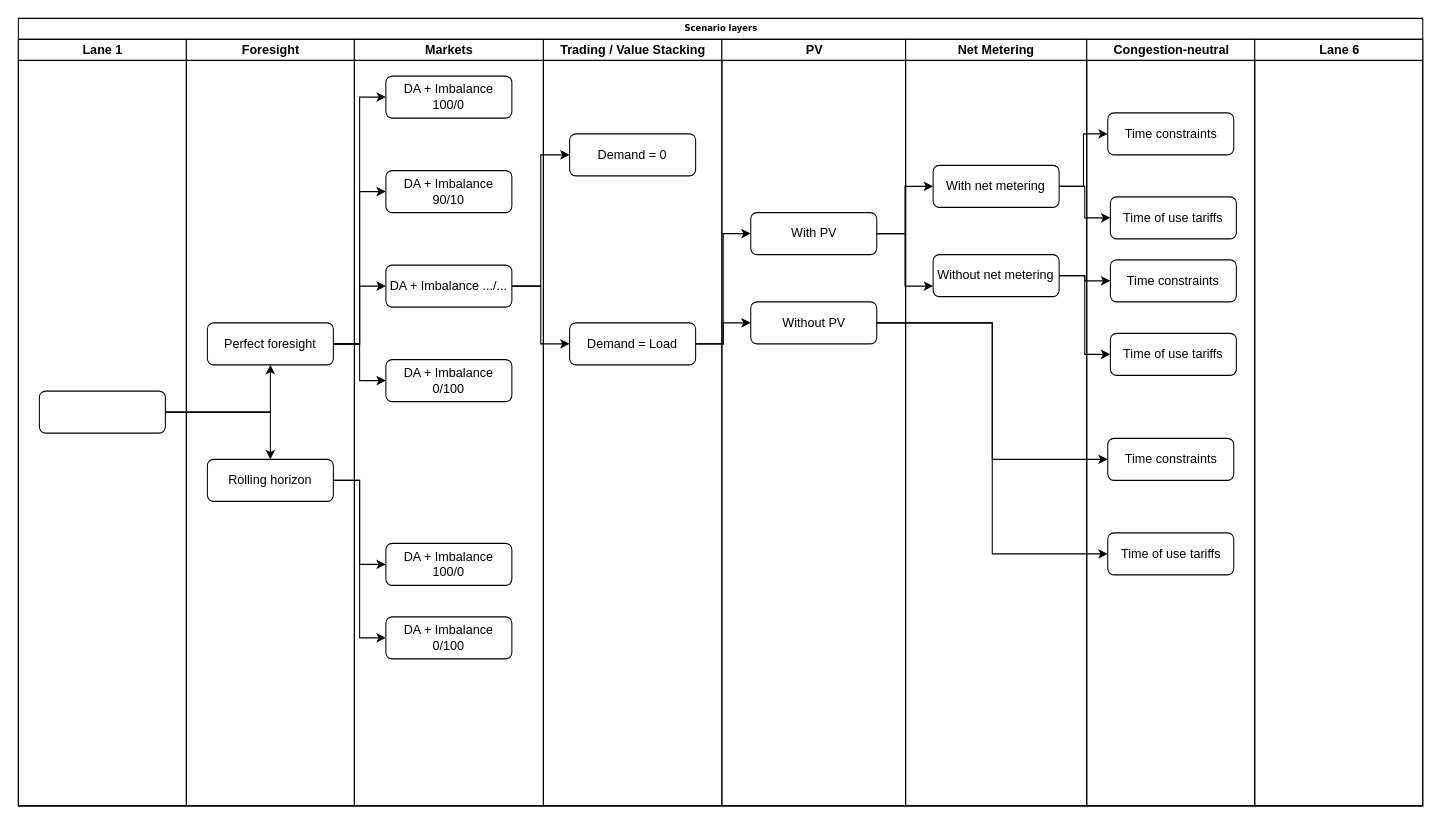
Earlier version of the draw.io diagram scenarios/Untitled Diagram.drawio (Tanneheemsbergen/pypsa-NL2025). Source tidied: cells renumbered, new cells numbered last; positions are measured from the earlier drawing's top-left corner, leaving out a move shared by most shapes. Both pictures are drawn from the tidied source at 105%, with x=0, y=0 at pixel (18, 18).
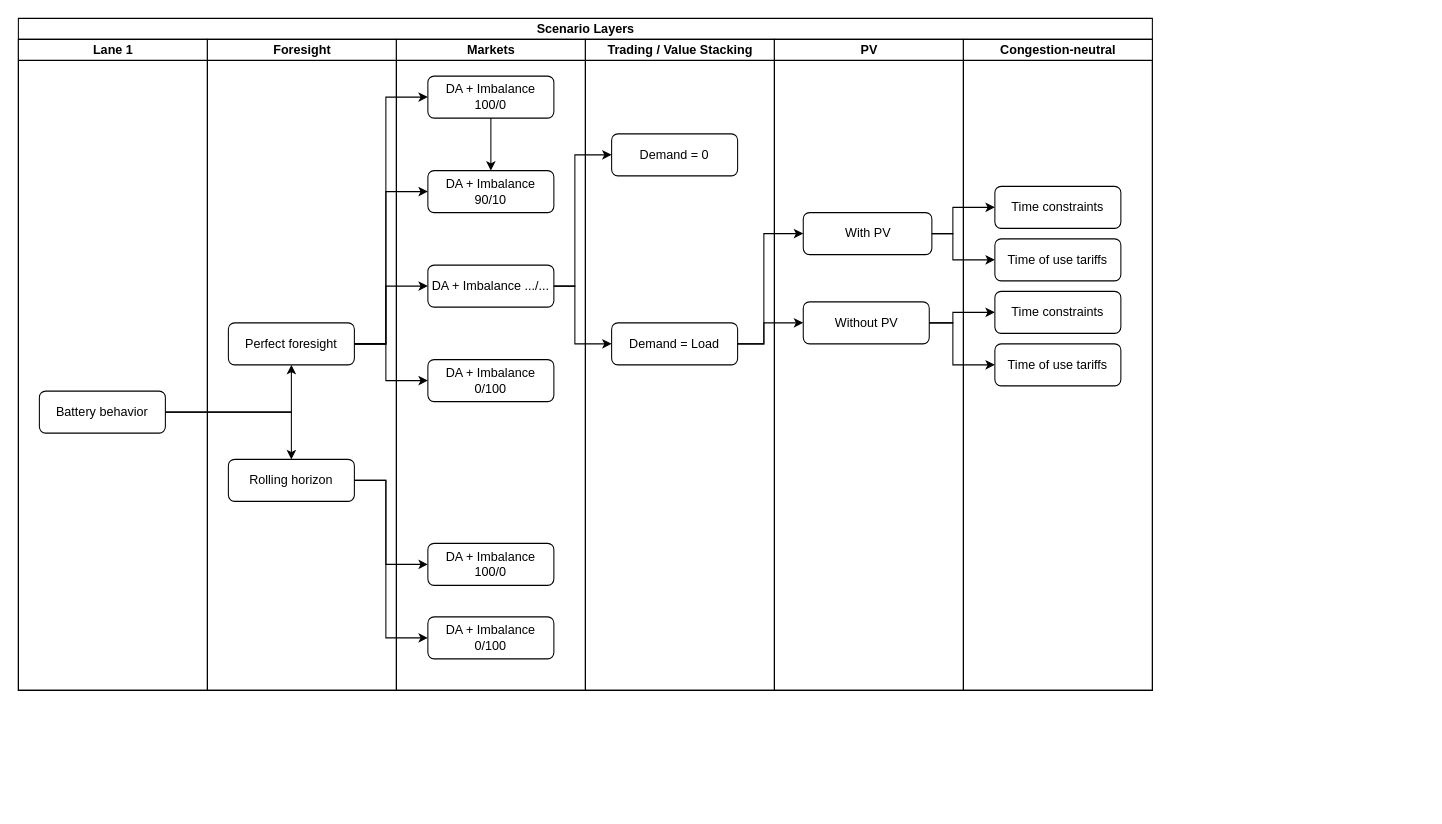
The same page after the edit.

The change refers to these unchanged cells:
```xml
<mxCell id="6" value="Perfect foresight" style="rounded=1;whiteSpace=wrap;html=1;" parent="5" vertex="1">
  <mxGeometry x="20" y="270" width="120" height="40" as="geometry" />
</mxCell>
<mxCell id="7" value="Rolling horizon" style="rounded=1;whiteSpace=wrap;html=1;" parent="5" vertex="1">
  <mxGeometry x="20" y="400" width="120" height="40" as="geometry" />
</mxCell>
<mxCell id="9" value="DA + Imbalance 100/0" style="rounded=1;whiteSpace=wrap;html=1;" parent="8" vertex="1">
  <mxGeometry x="30" y="35" width="120" height="40" as="geometry" />
</mxCell>
<mxCell id="10" value="DA + Imbalance 90/10" style="rounded=1;whiteSpace=wrap;html=1;" parent="8" vertex="1">
  <mxGeometry x="30" y="125" width="120" height="40" as="geometry" />
</mxCell>
<mxCell id="11" value="DA + Imbalance .../..." style="rounded=1;whiteSpace=wrap;html=1;" parent="8" vertex="1">
  <mxGeometry x="30" y="215" width="120" height="40" as="geometry" />
</mxCell>
<mxCell id="12" value="DA + Imbalance 0/100" style="rounded=1;whiteSpace=wrap;html=1;" parent="8" vertex="1">
  <mxGeometry x="30" y="305" width="120" height="40" as="geometry" />
</mxCell>
<mxCell id="13" value="DA + Imbalance 100/0" style="rounded=1;whiteSpace=wrap;html=1;" parent="8" vertex="1">
  <mxGeometry x="30" y="480" width="120" height="40" as="geometry" />
</mxCell>
<mxCell id="14" value="DA + Imbalance 0/100" style="rounded=1;whiteSpace=wrap;html=1;" parent="8" vertex="1">
  <mxGeometry x="30" y="550" width="120" height="40" as="geometry" />
</mxCell>
<mxCell id="16" value="Demand = 0" style="rounded=1;whiteSpace=wrap;html=1;" parent="15" vertex="1">
  <mxGeometry x="25" y="90" width="120" height="40" as="geometry" />
</mxCell>
<mxCell id="17" value="Demand = Load" style="rounded=1;whiteSpace=wrap;html=1;" parent="15" vertex="1">
  <mxGeometry x="25" y="270" width="120" height="40" as="geometry" />
</mxCell>
<mxCell id="21" value="Without PV" style="rounded=1;whiteSpace=wrap;html=1;" parent="19" vertex="1">
  <mxGeometry x="27.5" y="250" width="120" height="40" as="geometry" />
</mxCell>
```

The edit, as a diff of the source:
```diff
@@
-    <mxCell id="2" value="Scenario layers" style="swimlane;html=1;startSize=20;rounded=0;shadow=0;labelBackgroundColor=none;strokeWidth=1;fontFamily=Verdana;fontSize=8;align=center;" parent="1" vertex="1">
-      <mxGeometry width="1337.5" height="750" as="geometry" />
+    <mxCell id="2" value="&lt;font style=&quot;font-size: 12px;&quot; face=&quot;Helvetica&quot;&gt;Scenario Layers&lt;/font&gt;" style="swimlane;html=1;startSize=20;rounded=0;shadow=0;labelBackgroundColor=none;strokeWidth=1;fontFamily=Verdana;fontSize=8;align=center;" parent="1" vertex="1">
+      <mxGeometry width="1080" height="640" as="geometry" />
     </mxCell>
     <mxCell id="3" value="Lane 1" style="swimlane;html=1;startSize=20;" parent="2" vertex="1">
-      <mxGeometry y="20" width="160" height="730" as="geometry" />
+      <mxGeometry y="20" width="180" height="620" as="geometry" />
     </mxCell>
-    <mxCell id="4" style="rounded=1;whiteSpace=wrap;html=1;shadow=0;labelBackgroundColor=none;strokeWidth=1;fontFamily=Verdana;fontSize=8;align=center;" parent="3" vertex="1">
+    <mxCell id="4" value="&lt;font style=&quot;font-size: 12px;&quot; face=&quot;Helvetica&quot;&gt;Battery behavior&lt;/font&gt;" style="rounded=1;whiteSpace=wrap;html=1;shadow=0;labelBackgroundColor=none;strokeWidth=1;fontFamily=Verdana;fontSize=8;align=center;" parent="3" vertex="1">
       <mxGeometry x="20" y="335" width="120" height="40" as="geometry" />
     </mxCell>
     <mxCell id="5" value="Foresight" style="swimlane;html=1;startSize=20;" parent="2" vertex="1">
-      <mxGeometry x="160" y="20" width="160" height="730" as="geometry" />
+      <mxGeometry x="180" y="20" width="180" height="620" as="geometry" />
     </mxCell>
@@
     <mxCell id="8" value="Markets" style="swimlane;html=1;startSize=20;" parent="2" vertex="1">
-      <mxGeometry x="320" y="20" width="180" height="730" as="geometry" />
+      <mxGeometry x="360" y="20" width="180" height="620" as="geometry" />
     </mxCell>
+    <mxCell id="53" style="edgeStyle=orthogonalEdgeStyle;rounded=0;jettySize=auto;html=1;" parent="8" edge="1" source="9" target="10">
+      <mxGeometry relative="1" as="geometry" />
+    </mxCell>
@@
     <mxCell id="15" value="Trading / Value Stacking" style="swimlane;html=1;startSize=20;" parent="2" vertex="1">
-      <mxGeometry x="500" y="20" width="170" height="730" as="geometry" />
+      <mxGeometry x="540" y="20" width="180" height="620" as="geometry" />
     </mxCell>
@@
     <mxCell id="19" value="PV" style="swimlane;html=1;startSize=20;" parent="2" vertex="1">
-      <mxGeometry x="670" y="20" width="175" height="730" as="geometry" />
+      <mxGeometry x="720" y="20" width="180" height="620" as="geometry" />
     </mxCell>
     <mxCell id="20" value="With PV" style="rounded=1;whiteSpace=wrap;html=1;" parent="19" vertex="1">
-      <mxGeometry x="27.5" y="165" width="120" height="40" as="geometry" />
+      <mxGeometry x="27.5" y="165" width="122.5" height="40" as="geometry" />
     </mxCell>
@@
-    <mxCell id="22" value="Net Metering" style="swimlane;html=1;startSize=20;" parent="2" vertex="1">
-      <mxGeometry x="845" y="20" width="172.5" height="730" as="geometry" />
-    </mxCell>
-    <mxCell id="23" value="With net metering" style="rounded=1;whiteSpace=wrap;html=1;" parent="22" vertex="1">
-      <mxGeometry x="26.2" y="120" width="120" height="40" as="geometry" />
-    </mxCell>
-    <mxCell id="24" value="Without net metering" style="rounded=1;whiteSpace=wrap;html=1;" parent="22" vertex="1">
-      <mxGeometry x="26.2" y="205" width="120" height="40" as="geometry" />
-    </mxCell>
     <mxCell id="25" value="Congestion-neutral" style="swimlane;html=1;startSize=20;" parent="2" vertex="1">
-      <mxGeometry x="1017.5" y="20" width="160" height="730" as="geometry" />
+      <mxGeometry x="900" y="20" width="180" height="620" as="geometry" />
     </mxCell>
     <mxCell id="26" value="Time constraints" style="rounded=1;whiteSpace=wrap;html=1;" parent="25" vertex="1">
-      <mxGeometry x="20" y="70" width="120" height="40" as="geometry" />
+      <mxGeometry x="30" y="140" width="120" height="40" as="geometry" />
     </mxCell>
     <mxCell id="27" value="Time constraints" style="rounded=1;whiteSpace=wrap;html=1;" parent="25" vertex="1">
-      <mxGeometry x="20" y="380" width="120" height="40" as="geometry" />
+      <mxGeometry x="30" y="240" width="120" height="40" as="geometry" />
     </mxCell>
-    <mxCell id="28" value="Time constraints" style="rounded=1;whiteSpace=wrap;html=1;" parent="25" vertex="1">
-      <mxGeometry x="22.5" y="210" width="120" height="40" as="geometry" />
-    </mxCell>
     <mxCell id="29" value="Time of use tariffs" style="rounded=1;whiteSpace=wrap;html=1;" parent="25" vertex="1">
-      <mxGeometry x="22.5" y="150" width="120" height="40" as="geometry" />
+      <mxGeometry x="30" y="190" width="120" height="40" as="geometry" />
     </mxCell>
-    <mxCell id="30" value="Time of use tariffs" style="rounded=1;whiteSpace=wrap;html=1;" parent="25" vertex="1">
-      <mxGeometry x="22.5" y="280" width="120" height="40" as="geometry" />
-    </mxCell>
     <mxCell id="31" value="Time of use tariffs" style="rounded=1;whiteSpace=wrap;html=1;" parent="25" vertex="1">
-      <mxGeometry x="20" y="470" width="120" height="40" as="geometry" />
+      <mxGeometry x="30" y="290" width="120" height="40" as="geometry" />
     </mxCell>
-    <mxCell id="32" value="Lane 6" style="swimlane;html=1;startSize=20;" parent="2" vertex="1">
-      <mxGeometry x="1177.5" y="20" width="160" height="730" as="geometry" />
-    </mxCell>
@@
     <mxCell id="35" style="edgeStyle=orthogonalEdgeStyle;rounded=0;jettySize=auto;html=1;entryX=0;entryY=0.5;entryDx=0;entryDy=0;" parent="2" edge="1" source="6" target="9">
-      <mxGeometry relative="1" as="geometry" />
+      <mxGeometry relative="1" as="geometry">
+        <Array as="points">
+          <mxPoint x="350" y="310" />
+          <mxPoint x="350" y="75" />
+        </Array>
+      </mxGeometry>
     </mxCell>
     <mxCell id="36" style="edgeStyle=orthogonalEdgeStyle;rounded=0;jettySize=auto;html=1;entryX=0;entryY=0.5;entryDx=0;entryDy=0;" parent="2" edge="1" source="6" target="10">
-      <mxGeometry relative="1" as="geometry" />
+      <mxGeometry relative="1" as="geometry">
+        <Array as="points">
+          <mxPoint x="350" y="310" />
+          <mxPoint x="350" y="165" />
+        </Array>
+      </mxGeometry>
     </mxCell>
     <mxCell id="37" style="edgeStyle=orthogonalEdgeStyle;rounded=0;jettySize=auto;html=1;entryX=0;entryY=0.5;entryDx=0;entryDy=0;" parent="2" edge="1" source="6" target="11">
-      <mxGeometry relative="1" as="geometry" />
+      <mxGeometry relative="1" as="geometry">
+        <Array as="points">
+          <mxPoint x="350" y="310" />
+          <mxPoint x="350" y="255" />
+        </Array>
+      </mxGeometry>
     </mxCell>
     <mxCell id="38" style="edgeStyle=orthogonalEdgeStyle;rounded=0;jettySize=auto;html=1;entryX=0;entryY=0.5;entryDx=0;entryDy=0;" parent="2" edge="1" source="6" target="12">
-      <mxGeometry relative="1" as="geometry" />
+      <mxGeometry relative="1" as="geometry">
+        <Array as="points">
+          <mxPoint x="350" y="310" />
+          <mxPoint x="350" y="345" />
+        </Array>
+      </mxGeometry>
     </mxCell>
     <mxCell id="39" style="edgeStyle=orthogonalEdgeStyle;rounded=0;jettySize=auto;html=1;entryX=0;entryY=0.5;entryDx=0;entryDy=0;" parent="2" edge="1" source="7" target="13">
-      <mxGeometry relative="1" as="geometry" />
+      <mxGeometry relative="1" as="geometry">
+        <Array as="points">
+          <mxPoint x="350" y="440" />
+          <mxPoint x="350" y="520" />
+        </Array>
+      </mxGeometry>
     </mxCell>
     <mxCell id="40" style="edgeStyle=orthogonalEdgeStyle;rounded=0;jettySize=auto;html=1;entryX=0;entryY=0.5;entryDx=0;entryDy=0;" parent="2" edge="1" source="7" target="14">
-      <mxGeometry relative="1" as="geometry" />
+      <mxGeometry relative="1" as="geometry">
+        <Array as="points">
+          <mxPoint x="350" y="440" />
+          <mxPoint x="350" y="590" />
+        </Array>
+      </mxGeometry>
     </mxCell>
     <mxCell id="41" style="edgeStyle=orthogonalEdgeStyle;rounded=0;jettySize=auto;html=1;entryX=0;entryY=0.5;entryDx=0;entryDy=0;" parent="2" edge="1" source="11" target="16">
-      <mxGeometry relative="1" as="geometry" />
+      <mxGeometry relative="1" as="geometry">
+        <Array as="points">
+          <mxPoint x="530" y="255" />
+          <mxPoint x="530" y="130" />
+        </Array>
+      </mxGeometry>
     </mxCell>
     <mxCell id="42" style="edgeStyle=orthogonalEdgeStyle;rounded=0;jettySize=auto;html=1;entryX=0;entryY=0.5;entryDx=0;entryDy=0;" parent="2" edge="1" source="11" target="17">
-      <mxGeometry relative="1" as="geometry" />
+      <mxGeometry relative="1" as="geometry">
+        <Array as="points">
+          <mxPoint x="530" y="255" />
+          <mxPoint x="530" y="310" />
+        </Array>
+      </mxGeometry>
     </mxCell>
     <mxCell id="43" style="edgeStyle=orthogonalEdgeStyle;rounded=0;jettySize=auto;html=1;" parent="2" edge="1" source="17" target="21">
-      <mxGeometry relative="1" as="geometry" />
+      <mxGeometry relative="1" as="geometry">
+        <Array as="points">
+          <mxPoint x="710" y="310" />
+          <mxPoint x="710" y="290" />
+        </Array>
+      </mxGeometry>
     </mxCell>
     <mxCell id="44" style="edgeStyle=orthogonalEdgeStyle;rounded=0;jettySize=auto;html=1;entryX=0;entryY=0.5;entryDx=0;entryDy=0;" parent="2" edge="1" source="17" target="20">
-      <mxGeometry relative="1" as="geometry" />
+      <mxGeometry relative="1" as="geometry">
+        <Array as="points">
+          <mxPoint x="710" y="310" />
+          <mxPoint x="710" y="205" />
+        </Array>
+      </mxGeometry>
     </mxCell>
-    <mxCell id="45" style="edgeStyle=orthogonalEdgeStyle;rounded=0;jettySize=auto;html=1;entryX=0;entryY=0.5;entryDx=0;entryDy=0;" parent="2" edge="1" source="20" target="23">
-      <mxGeometry relative="1" as="geometry" />
-    </mxCell>
-    <mxCell id="46" style="edgeStyle=orthogonalEdgeStyle;rounded=0;jettySize=auto;html=1;entryX=0;entryY=0.75;entryDx=0;entryDy=0;" parent="2" edge="1" source="20" target="24">
-      <mxGeometry relative="1" as="geometry" />
-    </mxCell>
     <mxCell id="47" style="edgeStyle=orthogonalEdgeStyle;rounded=0;jettySize=auto;html=1;entryX=0;entryY=0.5;entryDx=0;entryDy=0;" parent="2" edge="1" source="21" target="27">
-      <mxGeometry relative="1" as="geometry" />
+      <mxGeometry relative="1" as="geometry">
+        <Array as="points">
+          <mxPoint x="890" y="290" />
+          <mxPoint x="890" y="280" />
+        </Array>
+      </mxGeometry>
     </mxCell>
     <mxCell id="48" style="edgeStyle=orthogonalEdgeStyle;rounded=0;jettySize=auto;html=1;entryX=0;entryY=0.5;entryDx=0;entryDy=0;" parent="2" edge="1" source="21" target="31">
-      <mxGeometry relative="1" as="geometry" />
+      <mxGeometry relative="1" as="geometry">
+        <Array as="points">
+          <mxPoint x="890" y="290" />
+          <mxPoint x="890" y="330" />
+        </Array>
+      </mxGeometry>
     </mxCell>
-    <mxCell id="49" style="edgeStyle=orthogonalEdgeStyle;rounded=0;jettySize=auto;html=1;entryX=0;entryY=0.5;entryDx=0;entryDy=0;" parent="2" edge="1" source="24" target="30">
-      <mxGeometry relative="1" as="geometry" />
-    </mxCell>
-    <mxCell id="50" style="edgeStyle=orthogonalEdgeStyle;rounded=0;jettySize=auto;html=1;entryX=0;entryY=0.5;entryDx=0;entryDy=0;" parent="2" edge="1" source="24" target="28">
-      <mxGeometry relative="1" as="geometry" />
-    </mxCell>
-    <mxCell id="51" style="edgeStyle=orthogonalEdgeStyle;rounded=0;jettySize=auto;html=1;entryX=0;entryY=0.5;entryDx=0;entryDy=0;" parent="2" edge="1" source="23" target="26">
-      <mxGeometry relative="1" as="geometry" />
-    </mxCell>
-    <mxCell id="52" style="edgeStyle=orthogonalEdgeStyle;rounded=0;jettySize=auto;html=1;entryX=0;entryY=0.5;entryDx=0;entryDy=0;" parent="2" edge="1" source="23" target="29">
-      <mxGeometry relative="1" as="geometry" />
-    </mxCell>
+    <mxCell id="54" style="edgeStyle=orthogonalEdgeStyle;rounded=0;jettySize=auto;html=1;entryX=0;entryY=0.5;entryDx=0;entryDy=0;" parent="2" edge="1" source="20" target="26">
+      <mxGeometry relative="1" as="geometry">
+        <Array as="points">
+          <mxPoint x="890" y="205" />
+          <mxPoint x="890" y="180" />
+        </Array>
+      </mxGeometry>
+    </mxCell>
+    <mxCell id="55" style="edgeStyle=orthogonalEdgeStyle;rounded=0;jettySize=auto;html=1;entryX=0;entryY=0.5;entryDx=0;entryDy=0;" parent="2" edge="1" source="20" target="29">
+      <mxGeometry relative="1" as="geometry">
+        <Array as="points">
+          <mxPoint x="890" y="205" />
+          <mxPoint x="890" y="230" />
+        </Array>
+      </mxGeometry>
+    </mxCell>
```
